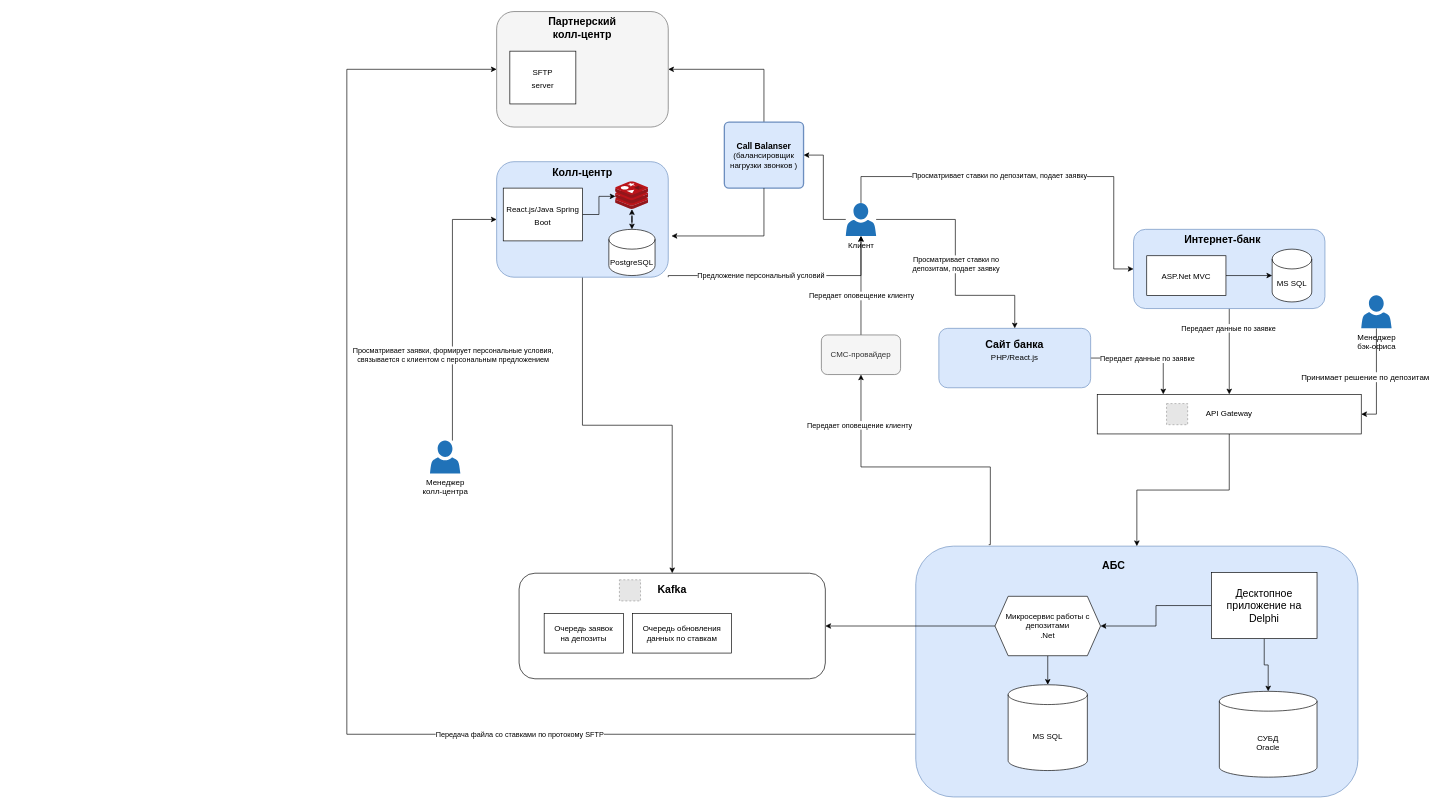
The draw.io diagram architecture-sprint-9-main/task 4/Диаграмма_контейнеров.drawio in OksanaBazDev/Architecture, before the edit. Source tidied: cells renumbered, new cells numbered last; positions are measured from the earlier drawing's top-left corner, leaving out a move shared by most shapes. Both pictures are drawn from the tidied source at 66%, with x=0, y=0 at pixel (346, 11). Pictures stored in the file or linked from it are replaced by grey dashed boxes.
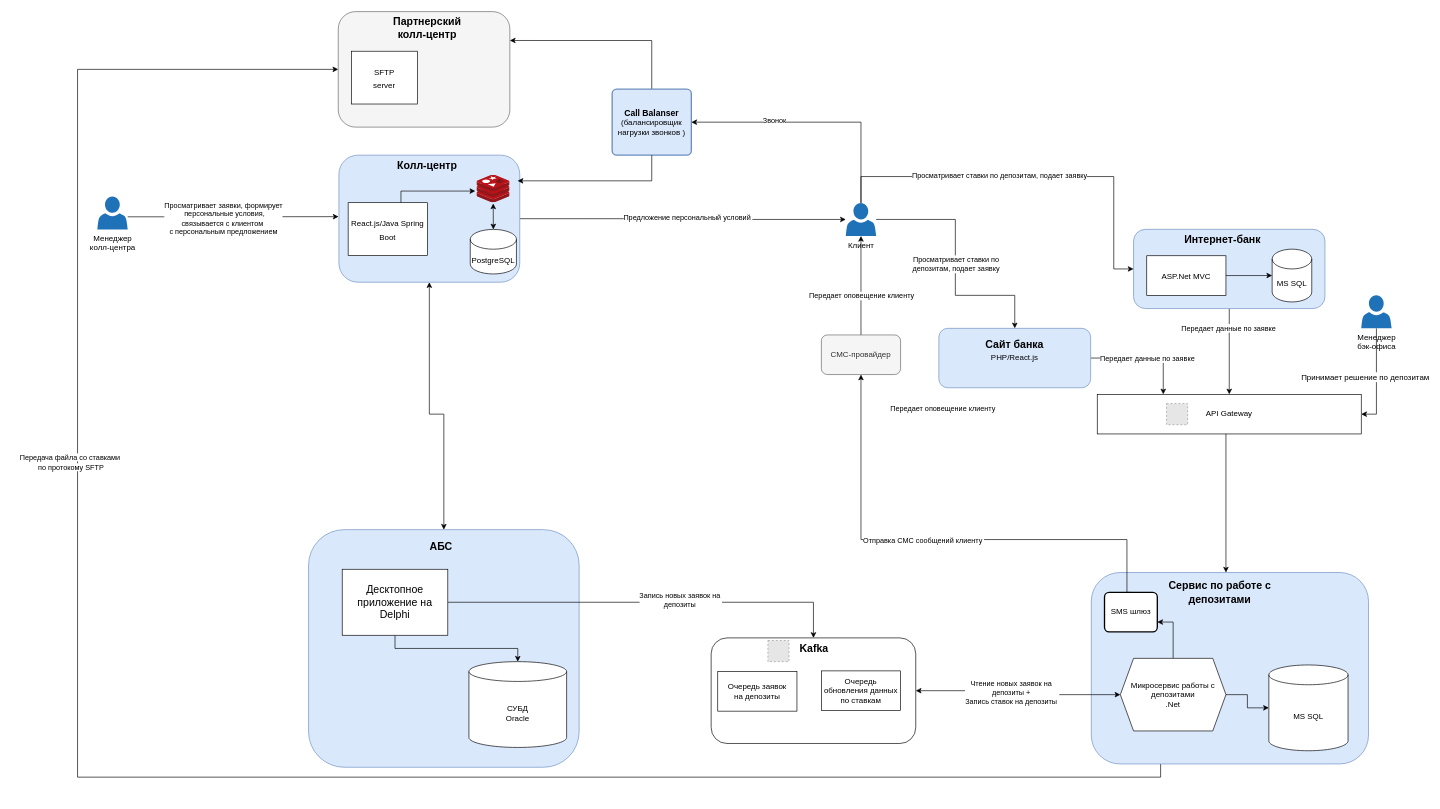
After the change.

Commit message (it also covers changes not shown here):
доработка схем

The change refers to these unchanged cells:
```xml
<mxCell id="6" value="Клиент" style="sketch=0;shadow=0;dashed=0;html=1;strokeColor=none;labelPosition=center;verticalLabelPosition=bottom;verticalAlign=top;outlineConnect=0;align=center;shape=mxgraph.office.users.user;fillColor=#2072B8;" parent="1" vertex="1">
  <mxGeometry x="756" y="290" width="46" height="50" as="geometry" />
</mxCell>
<mxCell id="20" value="СМС-провайдер" style="rounded=1;whiteSpace=wrap;html=1;fillColor=#f5f5f5;fontColor=#333333;strokeColor=#666666;" parent="1" vertex="1">
  <mxGeometry x="719" y="490" width="120" height="60" as="geometry" />
</mxCell>
<mxCell id="41" value="API Gateway" style="rounded=0;whiteSpace=wrap;html=1;fontSize=12;" parent="1" vertex="1">
  <mxGeometry x="1137" y="580" width="400" height="60" as="geometry" />
</mxCell>
```

Diff of the diagram source:
```diff
@@
+    <mxCell id="66" style="edgeStyle=orthogonalEdgeStyle;rounded=0;jettySize=auto;html=1;exitX=0.25;exitY=1;exitDx=0;exitDy=0;entryX=0;entryY=0.5;entryDx=0;entryDy=0;" parent="1" edge="1" source="67" target="76">
+      <mxGeometry relative="1" as="geometry">
+        <Array as="points">
+          <mxPoint x="1233" y="1160" />
+          <mxPoint x="-408" y="1160" />
+          <mxPoint x="-408" y="88" />
+        </Array>
+      </mxGeometry>
+    </mxCell>
+    <mxCell id="67" style="rounded=1;whiteSpace=wrap;html=1;fillColor=#dae8fc;strokeColor=#6c8ebf;" parent="1" vertex="1">
+      <mxGeometry x="1128" y="850" width="420" height="290" as="geometry" />
+    </mxCell>
@@
-    <mxCell id="7" style="edgeStyle=orthogonalEdgeStyle;rounded=0;jettySize=auto;html=1;entryX=0;entryY=0.5;entryDx=0;entryDy=0;" parent="1" edge="1" source="9" target="30">
+    <mxCell id="7" style="edgeStyle=orthogonalEdgeStyle;rounded=0;jettySize=auto;html=1;entryX=-0.002;entryY=0.484;entryDx=0;entryDy=0;entryPerimeter=0;" parent="1" edge="1" source="9" target="30">
       <mxGeometry relative="1" as="geometry">
         <Array as="points">
-          <mxPoint x="160" y="315" />
+          <mxPoint x="-278" y="311" />
+          <mxPoint x="-278" y="311" />
         </Array>
       </mxGeometry>
     </mxCell>
-    <mxCell id="8" value="Просматривает заявки, формирует персональные условия, &lt;br&gt;связывается с клиентом с персональным предложением" style="edgeLabel;html=1;align=center;verticalAlign=middle;" parent="7" vertex="1">
+    <mxCell id="8" value="Просматривает заявки, формирует&lt;div&gt;&amp;nbsp;персональные условия, &lt;br&gt;связывается с клиентом&amp;nbsp;&lt;/div&gt;&lt;div&gt;с персональным предложением&lt;/div&gt;" style="edgeLabel;html=1;align=center;verticalAlign=middle;" parent="7" vertex="1">
       <mxGeometry x="-0.2" y="-1" relative="1" as="geometry">
-        <mxPoint x="-1" y="31" as="offset" />
+        <mxPoint x="16" y="2" as="offset" />
       </mxGeometry>
     </mxCell>
     <mxCell id="9" value="Менеджер&lt;br&gt;колл-центра" style="sketch=0;shadow=0;dashed=0;html=1;strokeColor=none;labelPosition=center;verticalLabelPosition=bottom;verticalAlign=top;outlineConnect=0;align=center;shape=mxgraph.office.users.user;fillColor=#2072B8;" parent="1" vertex="1">
-      <mxGeometry x="126" y="650" width="46" height="50" as="geometry" />
+      <mxGeometry x="-378" y="280.1" width="46" height="50" as="geometry" />
     </mxCell>
@@
-    <mxCell id="13" style="edgeStyle=orthogonalEdgeStyle;rounded=0;jettySize=auto;html=1;entryX=0.5;entryY=1;entryDx=0;entryDy=0;exitX=0.165;exitY=-0.006;exitDx=0;exitDy=0;exitPerimeter=0;" parent="1" edge="1" source="17" target="20">
+    <mxCell id="13" style="edgeStyle=orthogonalEdgeStyle;rounded=0;jettySize=auto;html=1;entryX=0.5;entryY=1;entryDx=0;entryDy=0;exitX=0.5;exitY=0;exitDx=0;exitDy=0;" parent="1" edge="1" source="73" target="20">
       <mxGeometry relative="1" as="geometry">
         <Array as="points">
-          <mxPoint x="975" y="808" />
-          <mxPoint x="975" y="690" />
-          <mxPoint x="779" y="690" />
+          <mxPoint x="1182" y="880" />
+          <mxPoint x="1182" y="800" />
+          <mxPoint x="779" y="800" />
         </Array>
       </mxGeometry>
     </mxCell>
     <mxCell id="14" value="Передает оповещение клиенту" style="edgeLabel;html=1;align=center;verticalAlign=middle;" parent="13" vertex="1">
       <mxGeometry x="-0.25" y="1" relative="1" as="geometry">
-        <mxPoint x="-148" y="-65" as="offset" />
+        <mxPoint x="-89" y="-201" as="offset" />
       </mxGeometry>
     </mxCell>
-    <mxCell id="15" style="edgeStyle=orthogonalEdgeStyle;rounded=0;jettySize=auto;html=1;exitX=0;exitY=0.75;exitDx=0;exitDy=0;entryX=0;entryY=0.5;entryDx=0;entryDy=0;" parent="1" edge="1" source="17" target="57">
-      <mxGeometry relative="1" as="geometry">
-        <Array as="points">
-          <mxPoint y="1095" />
-          <mxPoint y="87" />
-        </Array>
-      </mxGeometry>
-    </mxCell>
-    <mxCell id="16" value="Передача файла со ставками по протокому SFTP" style="edgeLabel;html=1;align=center;verticalAlign=middle;" parent="15" vertex="1">
-      <mxGeometry x="-0.29" y="-3" relative="1" as="geometry">
-        <mxPoint x="143" y="3" as="offset" />
-      </mxGeometry>
-    </mxCell>
+    <mxCell id="68" value="Отправка СМС сообщений клиенту&amp;nbsp;" style="edgeLabel;html=1;align=center;verticalAlign=middle;" parent="13" vertex="1">
+      <mxGeometry x="0.07" relative="1" as="geometry" />
+    </mxCell>
     <mxCell id="17" style="rounded=1;whiteSpace=wrap;html=1;fillColor=#dae8fc;strokeColor=#6c8ebf;" parent="1" vertex="1">
-      <mxGeometry x="862" y="810" width="670" height="380" as="geometry" />
+      <mxGeometry x="-58" y="785" width="410" height="360" as="geometry" />
     </mxCell>
@@
-    <mxCell id="27" style="edgeStyle=orthogonalEdgeStyle;rounded=0;jettySize=auto;html=1;exitX=0.5;exitY=1;exitDx=0;exitDy=0;entryX=0.5;entryY=0;entryDx=0;entryDy=0;" parent="1" edge="1" source="30" target="48">
-      <mxGeometry relative="1" as="geometry" />
-    </mxCell>
+    <mxCell id="62" style="edgeStyle=orthogonalEdgeStyle;rounded=0;jettySize=auto;html=1;exitX=1;exitY=0.5;exitDx=0;exitDy=0;endArrow=none;startFill=1;startArrow=classic;" parent="1" edge="1" source="64" target="6">
+      <mxGeometry relative="1" as="geometry" />
+    </mxCell>
+    <mxCell id="69" value="Звонок" style="edgeLabel;html=1;align=center;verticalAlign=middle;" parent="62" vertex="1">
+      <mxGeometry x="-0.34" y="3" relative="1" as="geometry" />
+    </mxCell>
+    <mxCell id="70" style="edgeStyle=orthogonalEdgeStyle;rounded=0;jettySize=auto;html=1;fontSize=18;entryX=0.5;entryY=0;entryDx=0;entryDy=0;startArrow=classic;startFill=1;" parent="1" edge="1" source="30" target="17">
+      <mxGeometry relative="1" as="geometry">
+        <Array as="points">
+          <mxPoint x="125" y="610" />
+          <mxPoint x="147" y="610" />
+        </Array>
+      </mxGeometry>
+    </mxCell>
-    <mxCell id="28" style="edgeStyle=orthogonalEdgeStyle;rounded=0;jettySize=auto;html=1;exitX=1;exitY=1;exitDx=0;exitDy=0;" parent="1" edge="1" source="30" target="6">
-      <mxGeometry relative="1" as="geometry">
-        <Array as="points">
-          <mxPoint x="487" y="400" />
-          <mxPoint x="779" y="400" />
-        </Array>
-      </mxGeometry>
+    <mxCell id="28" style="edgeStyle=orthogonalEdgeStyle;rounded=0;jettySize=auto;html=1;exitX=1;exitY=0.5;exitDx=0;exitDy=0;" parent="1" edge="1" source="30" target="6">
+      <mxGeometry relative="1" as="geometry" />
     </mxCell>
-    <mxCell id="29" value="Предложение персональный условий&amp;nbsp;" style="edgeLabel;html=1;align=center;verticalAlign=middle;" parent="28" vertex="1">
-      <mxGeometry x="-0.19" y="1" relative="1" as="geometry" />
-    </mxCell>
     <mxCell id="30" style="rounded=1;whiteSpace=wrap;html=1;fillColor=#dae8fc;strokeColor=#6c8ebf;" parent="1" vertex="1">
-      <mxGeometry x="227" y="227.5" width="260" height="175" as="geometry" />
+      <mxGeometry x="-12" y="217.6" width="274" height="192.5" as="geometry" />
     </mxCell>
@@
-    <mxCell id="36" style="edgeStyle=orthogonalEdgeStyle;rounded=0;jettySize=auto;html=1;exitX=1;exitY=0.5;exitDx=0;exitDy=0;entryX=0;entryY=0.536;entryDx=0;entryDy=0;entryPerimeter=0;fontSize=16;" parent="1" edge="1" source="37" target="60">
-      <mxGeometry relative="1" as="geometry" />
+    <mxCell id="36" style="edgeStyle=orthogonalEdgeStyle;rounded=0;jettySize=auto;html=1;entryX=-0.048;entryY=0.581;entryDx=0;entryDy=0;entryPerimeter=0;fontSize=16;" parent="1" edge="1" target="74">
+      <mxGeometry relative="1" as="geometry">
+        <mxPoint x="82" y="290.1" as="sourcePoint" />
+        <Array as="points">
+          <mxPoint x="82" y="330.1" />
+          <mxPoint x="82" y="254.1" />
+        </Array>
+      </mxGeometry>
     </mxCell>
     <mxCell id="37" value="&lt;font style=&quot;font-size: 12px;&quot;&gt;React.js/Java Spring Boot&lt;/font&gt;" style="rounded=0;whiteSpace=wrap;html=1;fontSize=16;" parent="1" vertex="1">
-      <mxGeometry x="237" y="267.5" width="120" height="80" as="geometry" />
+      <mxGeometry x="2" y="289.6" width="120" height="80" as="geometry" />
     </mxCell>
     <mxCell id="38" value="&lt;font style=&quot;font-size: 12px;&quot;&gt;PostgreSQL&lt;/font&gt;" style="shape=cylinder3;whiteSpace=wrap;html=1;boundedLbl=1;backgroundOutline=1;size=15;fontSize=16;" parent="1" vertex="1">
-      <mxGeometry x="397" y="330" width="70" height="70" as="geometry" />
+      <mxGeometry x="187" y="330.1" width="70" height="67.5" as="geometry" />
     </mxCell>
     <mxCell id="39" value="Колл-центр" style="text;html=1;strokeColor=none;fillColor=none;align=center;verticalAlign=middle;whiteSpace=wrap;rounded=0;fontStyle=1;fontSize=16;" parent="1" vertex="1">
-      <mxGeometry x="287" y="227.5" width="140" height="30" as="geometry" />
+      <mxGeometry x="52" y="217.6" width="140" height="30" as="geometry" />
     </mxCell>
-    <mxCell id="40" style="edgeStyle=orthogonalEdgeStyle;rounded=0;jettySize=auto;html=1;entryX=0.5;entryY=0;entryDx=0;entryDy=0;fontSize=18;" parent="1" edge="1" source="41" target="17">
-      <mxGeometry relative="1" as="geometry" />
+    <mxCell id="40" style="edgeStyle=orthogonalEdgeStyle;rounded=0;jettySize=auto;html=1;fontSize=18;" parent="1" edge="1" source="41">
+      <mxGeometry relative="1" as="geometry">
+        <mxPoint x="1332" y="850" as="targetPoint" />
+        <Array as="points">
+          <mxPoint x="1332" y="690" />
+          <mxPoint x="1332" y="690" />
+        </Array>
+      </mxGeometry>
     </mxCell>
@@
     <mxCell id="42" value="АБС" style="text;html=1;strokeColor=none;fillColor=none;align=center;verticalAlign=middle;whiteSpace=wrap;rounded=0;fontStyle=1;fontSize=16;" parent="1" vertex="1">
-      <mxGeometry x="1092" y="824" width="140" height="30" as="geometry" />
+      <mxGeometry x="73" y="795" width="140" height="30" as="geometry" />
     </mxCell>
     <mxCell id="43" value="СУБД&lt;br&gt;Oracle" style="shape=cylinder3;whiteSpace=wrap;html=1;boundedLbl=1;backgroundOutline=1;size=15;" parent="1" vertex="1">
-      <mxGeometry x="1322" y="1030" width="148" height="130" as="geometry" />
+      <mxGeometry x="185" y="985" width="148" height="130" as="geometry" />
     </mxCell>
-    <mxCell id="44" style="edgeStyle=orthogonalEdgeStyle;rounded=0;jettySize=auto;html=1;entryX=1;entryY=0.5;entryDx=0;entryDy=0;fontSize=16;" parent="1" edge="1" source="46" target="51">
+    <mxCell id="44" style="edgeStyle=orthogonalEdgeStyle;rounded=0;jettySize=auto;html=1;fontSize=16;" parent="1" edge="1" source="46" target="48">
       <mxGeometry relative="1" as="geometry" />
     </mxCell>
@@
     <mxCell id="46" value="Десктопное приложение на Delphi" style="rounded=0;whiteSpace=wrap;html=1;fontSize=16;" parent="1" vertex="1">
-      <mxGeometry x="1310" y="850" width="160" height="100" as="geometry" />
+      <mxGeometry x="-7" y="845" width="160" height="100" as="geometry" />
     </mxCell>
@@
     <mxCell id="48" style="rounded=1;whiteSpace=wrap;html=1;fontSize=18;" parent="1" vertex="1">
-      <mxGeometry x="261" y="851" width="464" height="160" as="geometry" />
+      <mxGeometry x="552" y="949" width="310" height="160" as="geometry" />
     </mxCell>
     <mxCell id="49" style="fillColor=#E6E6E6;strokeColor=#999999;dashed=1;verticalLabelPosition=bottom;verticalAlign=top;fontSize=18;" parent="1" vertex="1">
-      <mxGeometry x="413" y="861" width="32" height="32" as="geometry" />
+      <mxGeometry x="638" y="953" width="32" height="32" as="geometry" />
     </mxCell>
@@
+    <mxCell id="71" style="edgeStyle=orthogonalEdgeStyle;rounded=0;jettySize=auto;html=1;exitX=0.5;exitY=0;exitDx=0;exitDy=0;entryX=1;entryY=0.75;entryDx=0;entryDy=0;" parent="1" edge="1" source="51" target="73">
+      <mxGeometry relative="1" as="geometry" />
+    </mxCell>
     <mxCell id="51" value="Микросервис работы с депозитами&lt;br style=&quot;border-color: var(--border-color);&quot;&gt;.Net" style="shape=hexagon;perimeter=hexagonPerimeter2;whiteSpace=wrap;html=1;fixedSize=1;fontSize=12;" parent="1" vertex="1">
-      <mxGeometry x="982" y="886" width="160" height="90" as="geometry" />
+      <mxGeometry x="1172" y="980" width="160" height="110" as="geometry" />
     </mxCell>
-    <mxCell id="52" style="edgeStyle=orthogonalEdgeStyle;rounded=0;jettySize=auto;html=1;exitX=0;exitY=0.5;exitDx=0;exitDy=0;entryX=1;entryY=0.5;entryDx=0;entryDy=0;fontSize=18;" parent="1" edge="1" source="51" target="48">
-      <mxGeometry relative="1" as="geometry" />
+    <mxCell id="52" style="edgeStyle=orthogonalEdgeStyle;rounded=0;jettySize=auto;html=1;fontSize=18;entryX=1;entryY=0.5;entryDx=0;entryDy=0;startArrow=classic;startFill=1;" parent="1" edge="1" source="51" target="48">
+      <mxGeometry relative="1" as="geometry">
+        <Array as="points">
+          <mxPoint x="1057" y="1035" />
+          <mxPoint x="1057" y="1030" />
+          <mxPoint x="942" y="1030" />
+          <mxPoint x="942" y="1029" />
+        </Array>
+      </mxGeometry>
     </mxCell>
     <mxCell id="53" value="MS SQL" style="shape=cylinder3;whiteSpace=wrap;html=1;boundedLbl=1;backgroundOutline=1;size=15;fontSize=12;" parent="1" vertex="1">
-      <mxGeometry x="1002" y="1020" width="120" height="130" as="geometry" />
+      <mxGeometry x="1397" y="990" width="120" height="130" as="geometry" />
     </mxCell>
     <mxCell id="54" value="Kafka" style="text;html=1;strokeColor=none;fillColor=none;align=center;verticalAlign=middle;whiteSpace=wrap;rounded=0;fontStyle=1;fontSize=16;" parent="1" vertex="1">
-      <mxGeometry x="423" y="861" width="140" height="30" as="geometry" />
+      <mxGeometry x="638" y="950" width="140" height="30" as="geometry" />
     </mxCell>
     <mxCell id="55" value="Очередь заявок&lt;br&gt;на депозиты" style="rounded=0;whiteSpace=wrap;html=1;fontSize=12;" parent="1" vertex="1">
-      <mxGeometry x="299" y="912" width="120" height="60" as="geometry" />
+      <mxGeometry x="562" y="1000" width="120" height="60" as="geometry" />
     </mxCell>
     <mxCell id="56" value="Очередь обновления данных по ставкам" style="rounded=0;whiteSpace=wrap;html=1;fontSize=12;" parent="1" vertex="1">
-      <mxGeometry x="433" y="912" width="150" height="60" as="geometry" />
+      <mxGeometry x="719" y="999" width="120" height="60" as="geometry" />
     </mxCell>
-    <mxCell id="57" style="rounded=1;whiteSpace=wrap;html=1;fillColor=#f5f5f5;strokeColor=#666666;fontColor=#333333;" parent="1" vertex="1">
-      <mxGeometry x="227" width="260" height="175" as="geometry" />
-    </mxCell>
+    <mxCell id="72" value="Сервис по работе с депозитами" style="text;html=1;strokeColor=none;fillColor=none;align=center;verticalAlign=middle;whiteSpace=wrap;rounded=0;fontStyle=1;fontSize=16;" parent="1" vertex="1">
+      <mxGeometry x="1228" y="865" width="190" height="30" as="geometry" />
+    </mxCell>
+    <mxCell id="73" value="SMS шлюз" style="rounded=1;whiteSpace=wrap;html=1;absoluteArcSize=1;arcSize=14;strokeWidth=2;" parent="1" vertex="1">
+      <mxGeometry x="1148" y="880" width="80" height="60" as="geometry" />
+    </mxCell>
+    <mxCell id="74" style="image;sketch=0;html=1;points=[];align=center;fontSize=12;image=img/lib/mscae/Cache_Redis_Product.svg;" parent="1" vertex="1">
+      <mxGeometry x="197" y="247.6" width="50" height="42" as="geometry" />
+    </mxCell>
+    <mxCell id="75" style="edgeStyle=orthogonalEdgeStyle;rounded=0;jettySize=auto;html=1;exitX=0.5;exitY=0;exitDx=0;exitDy=0;exitPerimeter=0;entryX=0.496;entryY=1.029;entryDx=0;entryDy=0;entryPerimeter=0;startArrow=classic;startFill=1;" parent="1" edge="1" source="38" target="74">
+      <mxGeometry relative="1" as="geometry" />
+    </mxCell>
+    <mxCell id="76" style="rounded=1;whiteSpace=wrap;html=1;fillColor=#f5f5f5;strokeColor=#666666;fontColor=#333333;" parent="1" vertex="1">
+      <mxGeometry x="-13" y="0.1" width="260" height="175" as="geometry" />
+    </mxCell>
+    <mxCell id="59" value="&lt;span style=&quot;font-size: 12px;&quot;&gt;SFTP&lt;/span&gt;&lt;div&gt;&lt;span style=&quot;font-size: 12px;&quot;&gt;server&lt;/span&gt;&lt;/div&gt;" style="rounded=0;whiteSpace=wrap;html=1;fontSize=16;" parent="1" vertex="1">
+      <mxGeometry x="7" y="60.1" width="100" height="80" as="geometry" />
+    </mxCell>
     <mxCell id="58" value="Партнерский колл-центр" style="text;html=1;strokeColor=none;fillColor=none;align=center;verticalAlign=middle;whiteSpace=wrap;rounded=0;fontStyle=1;fontSize=16;" parent="1" vertex="1">
-      <mxGeometry x="287" y="10" width="140" height="30" as="geometry" />
+      <mxGeometry x="52" y="10.1" width="140" height="30" as="geometry" />
     </mxCell>
-    <mxCell id="59" value="&lt;span style=&quot;font-size: 12px;&quot;&gt;SFTP&lt;/span&gt;&lt;div&gt;&lt;span style=&quot;font-size: 12px;&quot;&gt;server&lt;/span&gt;&lt;/div&gt;" style="rounded=0;whiteSpace=wrap;html=1;fontSize=16;" parent="1" vertex="1">
-      <mxGeometry x="247" y="60" width="100" height="80" as="geometry" />
-    </mxCell>
-    <mxCell id="60" style="image;sketch=0;html=1;points=[];align=center;fontSize=12;image=img/lib/mscae/Cache_Redis_Product.svg;" parent="1" vertex="1">
-      <mxGeometry x="407" y="257.5" width="50" height="42" as="geometry" />
-    </mxCell>
-    <mxCell id="61" style="edgeStyle=orthogonalEdgeStyle;rounded=0;jettySize=auto;html=1;entryX=0.5;entryY=0;entryDx=0;entryDy=0;entryPerimeter=0;startArrow=classic;startFill=1;" parent="1" edge="1" source="60" target="38">
-      <mxGeometry relative="1" as="geometry" />
-    </mxCell>
-    <mxCell id="62" style="edgeStyle=orthogonalEdgeStyle;rounded=0;jettySize=auto;html=1;exitX=1;exitY=0.5;exitDx=0;exitDy=0;endArrow=none;startFill=1;startArrow=classic;" parent="1" edge="1" source="64" target="6">
-      <mxGeometry relative="1" as="geometry">
-        <Array as="points">
-          <mxPoint x="722" y="218" />
-          <mxPoint x="722" y="315" />
-        </Array>
-      </mxGeometry>
-    </mxCell>
-    <mxCell id="63" style="edgeStyle=orthogonalEdgeStyle;rounded=0;jettySize=auto;html=1;exitX=0.5;exitY=0;exitDx=0;exitDy=0;entryX=1;entryY=0.5;entryDx=0;entryDy=0;" parent="1" edge="1" source="64" target="57">
-      <mxGeometry relative="1" as="geometry" />
-    </mxCell>
+    <mxCell id="77" style="edgeStyle=orthogonalEdgeStyle;rounded=0;jettySize=auto;html=1;exitX=0.5;exitY=0;exitDx=0;exitDy=0;entryX=1;entryY=0.25;entryDx=0;entryDy=0;" parent="1" edge="1" source="64" target="76">
+      <mxGeometry relative="1" as="geometry" />
+    </mxCell>
     <mxCell id="64" value="&lt;b&gt;&lt;font style=&quot;font-size: 13px;&quot;&gt;Call Balanser&lt;/font&gt;&lt;/b&gt;&lt;div&gt;(балансировщик нагрузки звонков )&lt;/div&gt;" style="rounded=1;whiteSpace=wrap;html=1;absoluteArcSize=1;arcSize=14;strokeWidth=2;fillColor=#dae8fc;strokeColor=#6c8ebf;" parent="1" vertex="1">
-      <mxGeometry x="572" y="167.5" width="120" height="100" as="geometry" />
+      <mxGeometry x="402" y="117.6" width="120" height="100" as="geometry" />
     </mxCell>
-    <mxCell id="65" style="edgeStyle=orthogonalEdgeStyle;rounded=0;jettySize=auto;html=1;exitX=0.5;exitY=1;exitDx=0;exitDy=0;entryX=1.019;entryY=0.643;entryDx=0;entryDy=0;entryPerimeter=0;" parent="1" edge="1" source="64" target="30">
+    <mxCell id="65" style="edgeStyle=orthogonalEdgeStyle;rounded=0;jettySize=auto;html=1;exitX=0.5;exitY=1;exitDx=0;exitDy=0;entryX=0.988;entryY=0.202;entryDx=0;entryDy=0;entryPerimeter=0;" parent="1" edge="1" source="64" target="30">
       <mxGeometry relative="1" as="geometry" />
     </mxCell>
+    <mxCell id="16" value="&lt;span style=&quot;font-size: 11px; background-color: rgb(255, 255, 255);&quot;&gt;Передача файла со ставками&amp;nbsp;&lt;/span&gt;&lt;div&gt;&lt;span style=&quot;font-size: 11px; background-color: rgb(255, 255, 255);&quot;&gt;по протокому SFTP&lt;/span&gt;&lt;/div&gt;" style="text;html=1;align=center;verticalAlign=middle;strokeColor=none;fillColor=none;" parent="1" vertex="1">
+      <mxGeometry x="-508" y="663" width="180" height="40" as="geometry" />
+    </mxCell>
+    <mxCell id="29" value="Предложение персональный условий&amp;nbsp;" style="edgeLabel;html=1;align=center;verticalAlign=middle;" parent="1" vertex="1">
+      <mxGeometry x="638" y="390" as="geometry">
+        <mxPoint x="-122" y="-78" as="offset" />
+      </mxGeometry>
+    </mxCell>
+    <mxCell id="78" value="&lt;div&gt;&lt;br&gt;&lt;/div&gt;Чтение новых заявок на&amp;nbsp;&lt;div&gt;депозиты +&amp;nbsp;&lt;/div&gt;&lt;div&gt;Запись ставок на депозиты&amp;nbsp;&lt;/div&gt;" style="edgeLabel;html=1;align=center;verticalAlign=middle;" parent="1" vertex="1">
+      <mxGeometry x="1052" y="1040" as="geometry">
+        <mxPoint x="-45" y="-16" as="offset" />
+      </mxGeometry>
+    </mxCell>
+    <mxCell id="79" value="Запись новых заявок на&amp;nbsp;&lt;div&gt;депозиты&amp;nbsp;&lt;/div&gt;" style="edgeLabel;html=1;align=center;verticalAlign=middle;" parent="1" vertex="1">
+      <mxGeometry x="812" y="931" as="geometry">
+        <mxPoint x="-307" y="-40" as="offset" />
+      </mxGeometry>
+    </mxCell>
```
